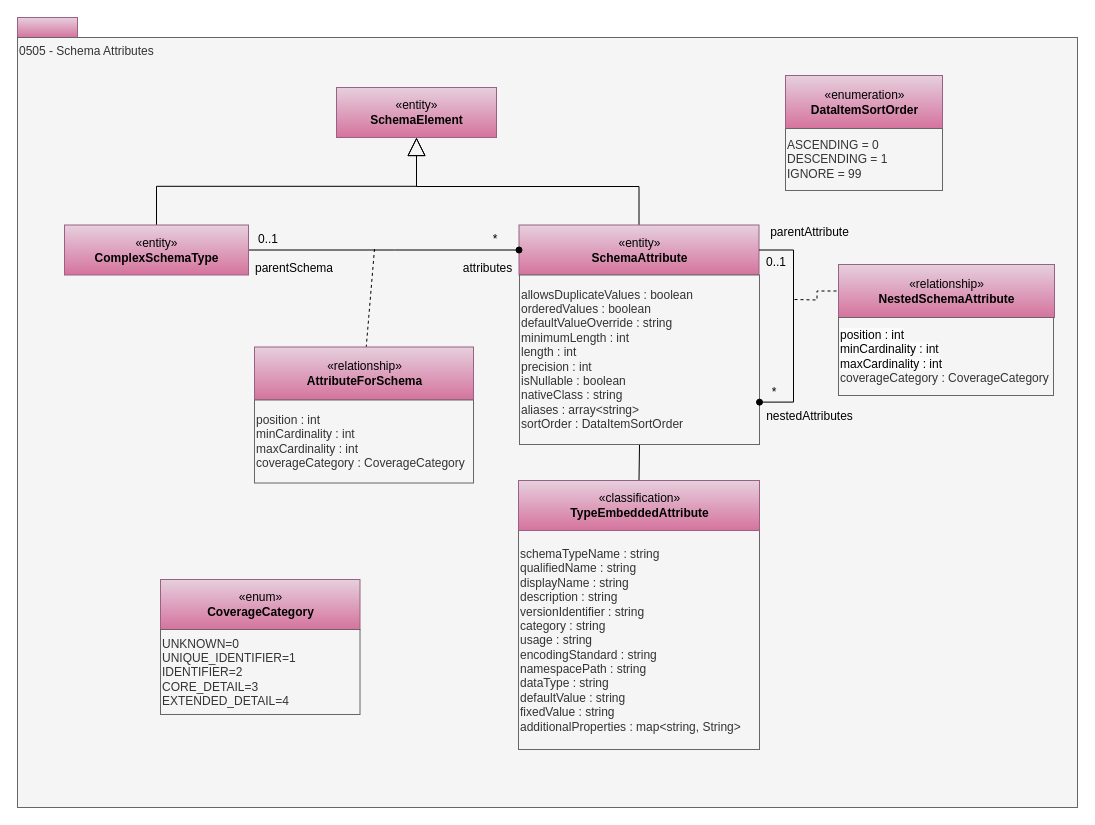
Above: page "0505-Schema-Attributes" (5 of 33) of site/docs/types/5/area-5-models-and-schema.drawio in odpi/egeria-docs (draw.io), before the change. Source tidied: cells renumbered, new cells numbered last; positions are measured from the earlier drawing's top-left corner, leaving out a move shared by most shapes. Both pictures are drawn from the tidied source at 100%, with x=0, y=0 at pixel (17, 17).
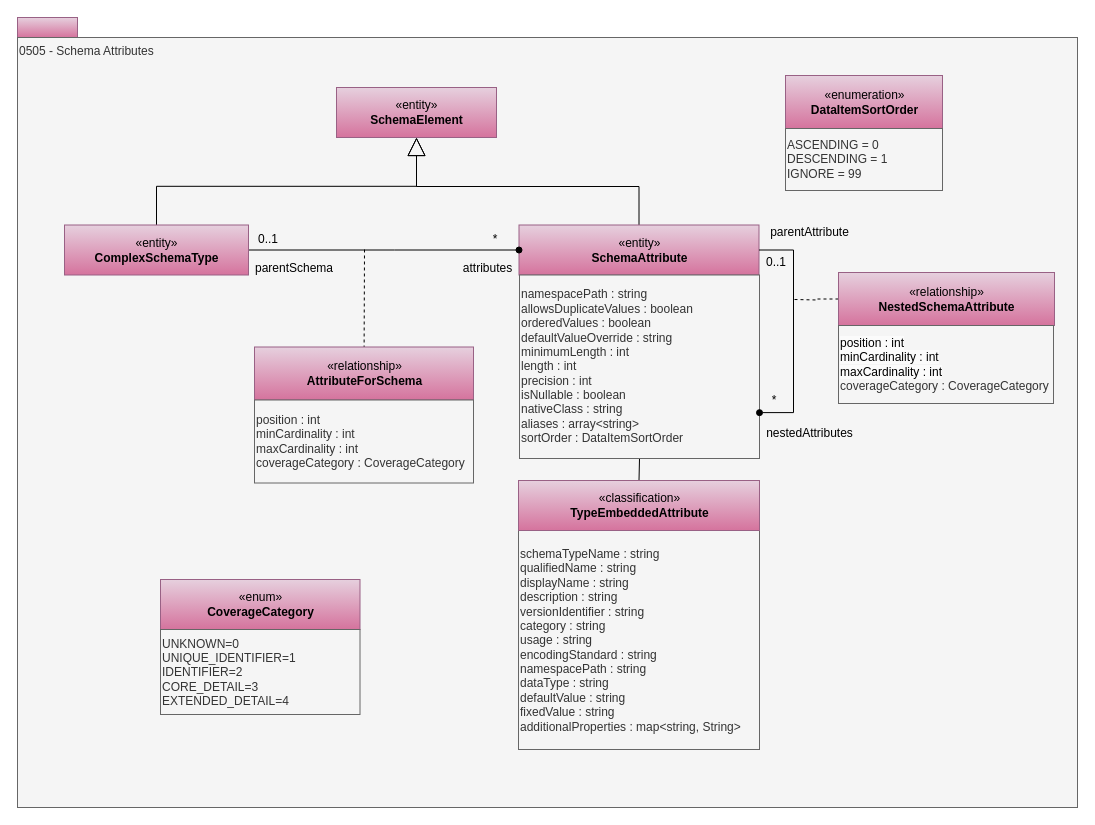
After the change.

The change refers to these unchanged cells:
```xml
<mxCell id="18" value="«entity»&lt;br&gt;&lt;b&gt;SchemaAttribute&lt;/b&gt;" style="html=1;strokeColor=#996185;align=center;fillColor=#e6d0de;gradientColor=#d5739d;" parent="1" vertex="1">
  <mxGeometry x="501.5" y="207.5" width="240" height="50" as="geometry" />
</mxCell>
<mxCell id="25" value="«relationship»&lt;br&gt;&lt;b&gt;AttributeForSchema&lt;/b&gt;" style="html=1;strokeColor=#996185;align=center;fillColor=#e6d0de;gradientColor=#d5739d;" parent="1" vertex="1">
  <mxGeometry x="237" y="329.5" width="219" height="53" as="geometry" />
</mxCell>
```

Diff of the diagram source:
```diff
@@
     <mxCell id="9" value="nestedAttributes" style="text;html=1;strokeColor=none;fillColor=none;align=center;verticalAlign=middle;whiteSpace=wrap;rounded=0;" parent="1" vertex="1">
-      <mxGeometry x="739" y="389.2" width="107" height="20" as="geometry" />
+      <mxGeometry x="739" y="406" width="107" height="20" as="geometry" />
     </mxCell>
     <mxCell id="10" value="*" style="text;html=1;strokeColor=none;fillColor=none;align=center;verticalAlign=middle;whiteSpace=wrap;rounded=0;" parent="1" vertex="1">
-      <mxGeometry x="737" y="364.5" width="40" height="20" as="geometry" />
+      <mxGeometry x="737" y="372.5" width="40" height="20" as="geometry" />
     </mxCell>
@@
     <mxCell id="12" style="endArrow=none;dashed=1;html=1;" parent="1" edge="1" target="25">
       <mxGeometry relative="1" as="geometry">
-        <mxPoint x="357" y="231.5" as="sourcePoint" />
+        <mxPoint x="347" y="232" as="sourcePoint" />
       </mxGeometry>
     </mxCell>
@@
-    <mxCell id="19" value="&lt;font style=&quot;white-space: normal&quot;&gt;allowsDuplicateValues : boolean&lt;br&gt;orderedValues : boolean&lt;br&gt;&lt;/font&gt;&lt;span&gt;defaultValueOverride : string&lt;br&gt;minimumLength : int&lt;br&gt;length : int&lt;br&gt;precision : int&lt;br&gt;isNullable : boolean&lt;br&gt;&lt;/span&gt;&lt;font style=&quot;white-space: normal&quot;&gt;nativeClass : string&lt;br&gt;aliases : array&amp;lt;string&amp;gt;&lt;br&gt;sortOrder : DataItemSortOrder&lt;br&gt;&lt;/font&gt;" style="rounded=0;whiteSpace=wrap;html=1;strokeColor=#666666;align=left;fontColor=#333333;fillColor=#f5f5f5;" parent="1" vertex="1">
-      <mxGeometry x="502" y="257.5" width="240" height="169.5" as="geometry" />
+    <mxCell id="19" value="&lt;font style=&quot;white-space: normal&quot;&gt;namespacePath : string&lt;/font&gt;&lt;div&gt;&lt;font style=&quot;white-space: normal&quot;&gt;allowsDuplicateValues : boolean&lt;br&gt;orderedValues : boolean&lt;br&gt;&lt;/font&gt;&lt;span&gt;defaultValueOverride : string&lt;br&gt;minimumLength : int&lt;br&gt;length : int&lt;br&gt;precision : int&lt;br&gt;isNullable : boolean&lt;br&gt;&lt;/span&gt;&lt;font style=&quot;white-space: normal&quot;&gt;nativeClass : string&lt;br&gt;aliases : array&amp;lt;string&amp;gt;&lt;br&gt;sortOrder : DataItemSortOrder&lt;br&gt;&lt;/font&gt;&lt;/div&gt;" style="rounded=0;whiteSpace=wrap;html=1;strokeColor=#666666;align=left;fontColor=#333333;fillColor=#f5f5f5;" parent="1" vertex="1">
+      <mxGeometry x="502" y="257.5" width="240" height="183.5" as="geometry" />
     </mxCell>
@@
     <mxCell id="22" style="edgeStyle=orthogonalEdgeStyle;rounded=0;jettySize=auto;html=1;entryX=1;entryY=0.75;entryDx=0;entryDy=0;fontColor=#FF0000;endArrow=oval;endFill=1;exitX=1;exitY=0.5;exitDx=0;exitDy=0;" parent="1" edge="1" source="18" target="19">
       <mxGeometry relative="1" as="geometry">
         <Array as="points">
           <mxPoint x="776" y="233" />
-          <mxPoint x="776" y="385" />
+          <mxPoint x="776" y="395" />
         </Array>
       </mxGeometry>
     </mxCell>
     <mxCell id="23" value="«relationship»&lt;br&gt;&lt;b&gt;NestedSchemaAttribute&lt;/b&gt;" style="html=1;strokeColor=#996185;align=center;fillColor=#e6d0de;gradientColor=#d5739d;" parent="1" vertex="1">
-      <mxGeometry x="821" y="247" width="216" height="53" as="geometry" />
+      <mxGeometry x="821" y="255" width="216" height="53" as="geometry" />
     </mxCell>
     <mxCell id="24" value="&lt;span style=&quot;forced-color-adjust: none; color: rgb(0, 0, 0); font-family: Helvetica; font-size: 12px; font-style: normal; font-variant-ligatures: normal; font-variant-caps: normal; font-weight: 400; letter-spacing: normal; orphans: 2; text-indent: 0px; text-transform: none; widows: 2; word-spacing: 0px; -webkit-text-stroke-width: 0px; white-space: normal; background-color: rgb(251, 251, 251); text-decoration-thickness: initial; text-decoration-style: initial; text-decoration-color: initial;&quot;&gt;position : int&lt;/span&gt;&lt;br style=&quot;forced-color-adjust: none; color: rgb(0, 0, 0); font-family: Helvetica; font-size: 12px; font-style: normal; font-variant-ligatures: normal; font-variant-caps: normal; font-weight: 400; letter-spacing: normal; orphans: 2; text-indent: 0px; text-transform: none; widows: 2; word-spacing: 0px; -webkit-text-stroke-width: 0px; white-space: normal; background-color: rgb(251, 251, 251); text-decoration-thickness: initial; text-decoration-style: initial; text-decoration-color: initial;&quot;&gt;&lt;font style=&quot;forced-color-adjust: none; color: rgb(0, 0, 0); font-family: Helvetica; font-size: 12px; font-style: normal; font-variant-ligatures: normal; font-variant-caps: normal; font-weight: 400; letter-spacing: normal; orphans: 2; text-indent: 0px; text-transform: none; widows: 2; word-spacing: 0px; -webkit-text-stroke-width: 0px; white-space: normal; background-color: rgb(251, 251, 251); text-decoration-thickness: initial; text-decoration-style: initial; text-decoration-color: initial;&quot;&gt;minCardinality : int&lt;br style=&quot;forced-color-adjust: none;&quot;&gt;maxCardinality : int&lt;/font&gt;&lt;div&gt;&lt;font style=&quot;forced-color-adjust: none; color: rgb(0, 0, 0); font-family: Helvetica; font-size: 12px; font-style: normal; font-variant-ligatures: normal; font-variant-caps: normal; font-weight: 400; letter-spacing: normal; orphans: 2; text-indent: 0px; text-transform: none; widows: 2; word-spacing: 0px; -webkit-text-stroke-width: 0px; white-space: normal; text-decoration-thickness: initial; text-decoration-style: initial; text-decoration-color: initial;&quot;&gt;&lt;span style=&quot;color: rgb(51, 51, 51);&quot;&gt;coverageCategory : CoverageCategory&lt;/span&gt;&lt;/font&gt;&lt;/div&gt;" style="rounded=0;whiteSpace=wrap;html=1;strokeColor=#666666;align=left;fillColor=#f5f5f5;fontColor=#333333;" parent="1" vertex="1">
-      <mxGeometry x="821" y="300" width="215" height="78" as="geometry" />
+      <mxGeometry x="821" y="308" width="215" height="78" as="geometry" />
     </mxCell>
```
